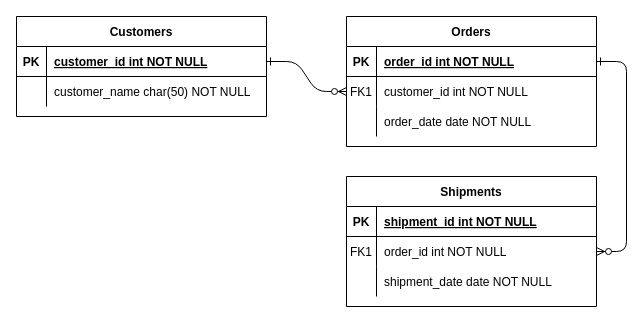
The draw.io diagram Untitled Diagram.drawio in jefsamo/gct-ticketing-system, before the edit. Source tidied: cells renumbered, new cells numbered last; positions are measured from the earlier drawing's top-left corner, leaving out a move shared by most shapes. Both pictures are drawn from the tidied source at 100%, with x=0, y=0 at pixel (16, 16).
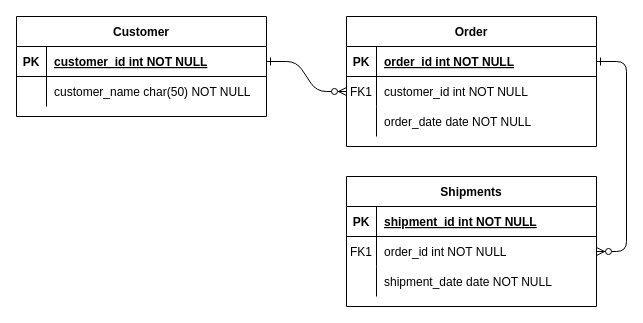
After the change.

Commit message:
Default erd

What changed in the source:
```diff
@@
-    <mxCell id="4" value="Orders" style="shape=table;startSize=30;childLayout=tableLayout;rowLines=0;fontStyle=1;align=center;" parent="1" vertex="1">
+    <mxCell id="4" value="Order" style="shape=table;startSize=30;childLayout=tableLayout;rowLines=0;fontStyle=1;align=center;" parent="1" vertex="1">
       <mxGeometry x="330" width="250" height="130" as="geometry" />
     </mxCell>
@@
-    <mxCell id="24" value="Customers" style="shape=table;startSize=30;childLayout=tableLayout;rowLines=0;fontStyle=1;align=center;" parent="1" vertex="1">
+    <mxCell id="24" value="Customer" style="shape=table;startSize=30;childLayout=tableLayout;rowLines=0;fontStyle=1;align=center;" parent="1" vertex="1">
       <mxGeometry width="250" height="100" as="geometry" />
     </mxCell>
```
